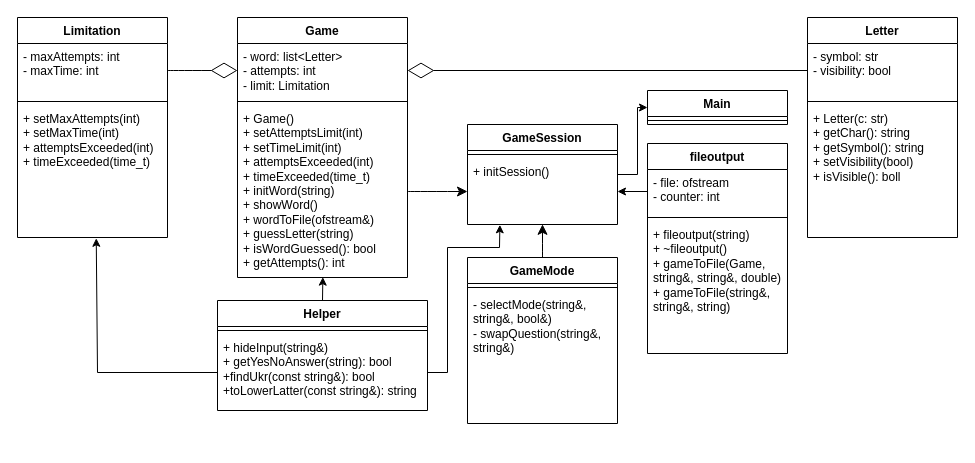
The draw.io diagram додатково/class diagram.drawio.xml in KharchenkoYaroslav/Kursova, before the edit. Source tidied: cells renumbered, new cells numbered last; positions are measured from the earlier drawing's top-left corner, leaving out a move shared by most shapes. Both pictures are drawn from the tidied source at 100%, with x=0, y=0 at pixel (17, 17).
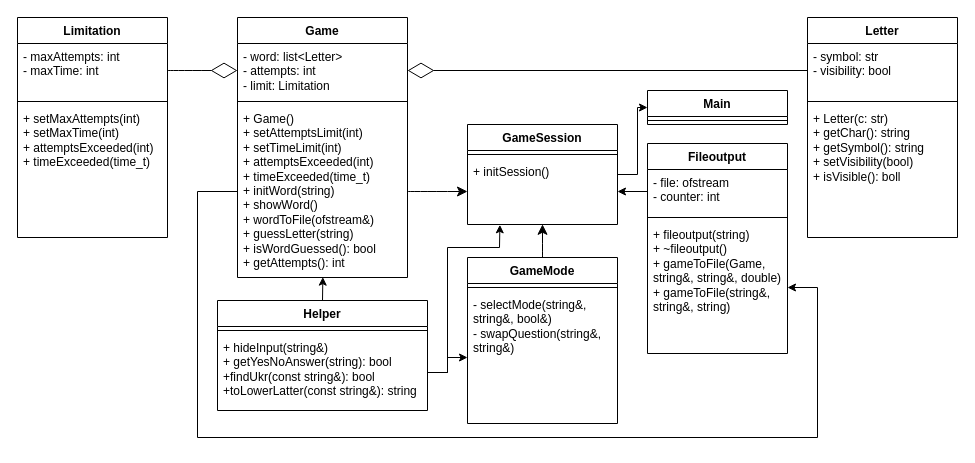
Above is the later version.

The change refers to these unchanged cells:
```xml
<mxCell id="9" value="+ Game()&amp;nbsp; &amp;nbsp; &amp;nbsp; &amp;nbsp; &amp;nbsp;&lt;div&gt;+ setAttemptsLimit(int)&lt;/div&gt;&lt;div&gt;+ setTimeLimit(int)&amp;nbsp;&lt;/div&gt;&lt;div&gt;+ attemptsExceeded(int)&lt;/div&gt;&lt;div&gt;+ timeExceeded(time_t)&lt;/div&gt;&lt;div&gt;+ initWord(string)&lt;/div&gt;&lt;div&gt;+ showWord()&amp;nbsp; &amp;nbsp; &amp;nbsp;&amp;nbsp;&lt;/div&gt;&lt;div&gt;+ wordToFile(ofstream&amp;amp;)&lt;/div&gt;&lt;div&gt;+ guessLetter(string)&lt;/div&gt;&lt;div&gt;+ isWordGuessed(): bool&lt;/div&gt;&lt;div&gt;+ getAttempts(): int&lt;/div&gt;" style="text;strokeColor=none;fillColor=none;align=left;verticalAlign=top;spacingLeft=4;spacingRight=4;overflow=hidden;points=[[0,0.5],[1,0.5]];portConstraint=eastwest;whiteSpace=wrap;html=1;" parent="6" vertex="1">
  <mxGeometry y="88" width="170" height="172" as="geometry" />
</mxCell>
<mxCell id="12" value="&lt;div&gt;+ hideInput(string&amp;amp;)&amp;nbsp;&lt;/div&gt;&lt;div&gt;+ getYesNoAnswer(string): bool&amp;nbsp;&lt;/div&gt;&lt;div&gt;+findUkr(const string&amp;amp;): bool&lt;br&gt;+toLowerLatter(const string&amp;amp;): string&lt;/div&gt;" style="text;strokeColor=none;fillColor=none;align=left;verticalAlign=top;spacingLeft=4;spacingRight=4;overflow=hidden;points=[[0,0.5],[1,0.5]];portConstraint=eastwest;whiteSpace=wrap;html=1;" parent="10" vertex="1">
  <mxGeometry y="34" width="210" height="76" as="geometry" />
</mxCell>
<mxCell id="17" value="+ fileoutput(string)&lt;div&gt;+ ~fileoutput()&amp;nbsp;&amp;nbsp;&lt;/div&gt;&lt;div&gt;+ gameToFile(Game, string&amp;amp;, string&amp;amp;, double)&lt;/div&gt;&lt;div&gt;+ gameToFile(string&amp;amp;, string&amp;amp;, string)&lt;/div&gt;" style="text;strokeColor=none;fillColor=none;align=left;verticalAlign=top;spacingLeft=4;spacingRight=4;overflow=hidden;points=[[0,0.5],[1,0.5]];portConstraint=eastwest;whiteSpace=wrap;html=1;" parent="14" vertex="1">
  <mxGeometry y="78" width="140" height="132" as="geometry" />
</mxCell>
<mxCell id="20" value="- selectMode(string&amp;amp;, string&amp;amp;, bool&amp;amp;)&lt;div&gt;- swapQuestion(string&amp;amp;, string&amp;amp;)&amp;nbsp; &amp;nbsp;&amp;nbsp;&lt;/div&gt;" style="text;strokeColor=none;fillColor=none;align=left;verticalAlign=top;spacingLeft=4;spacingRight=4;overflow=hidden;points=[[0,0.5],[1,0.5]];portConstraint=eastwest;whiteSpace=wrap;html=1;" parent="18" vertex="1">
  <mxGeometry y="34" width="150" height="132" as="geometry" />
</mxCell>
<mxCell id="24" value="+ setMaxAttempts(int)&lt;div&gt;+ setMaxTime(int)&amp;nbsp; &amp;nbsp;&lt;/div&gt;&lt;div&gt;+ attemptsExceeded(int)&lt;/div&gt;&lt;div&gt;+ timeExceeded(time_t)&lt;/div&gt;" style="text;strokeColor=none;fillColor=none;align=left;verticalAlign=top;spacingLeft=4;spacingRight=4;overflow=hidden;points=[[0,0.5],[1,0.5]];portConstraint=eastwest;whiteSpace=wrap;html=1;" parent="21" vertex="1">
  <mxGeometry y="88" width="150" height="132" as="geometry" />
</mxCell>
```

Diff of the diagram source:
```diff
@@
-    <mxCell id="14" value="fileoutput" style="swimlane;fontStyle=1;align=center;verticalAlign=top;horizontal=1;startSize=26;whiteSpace=wrap;html=1;" parent="1" vertex="1">
+    <mxCell id="14" value="Fileoutput" style="swimlane;fontStyle=1;align=center;verticalAlign=top;horizontal=1;startSize=26;whiteSpace=wrap;html=1;" parent="1" vertex="1">
       <mxGeometry x="630" y="126" width="140" height="210" as="geometry" />
     </mxCell>
@@
-    <mxCell id="32" style="endArrow=classic;html=1;rounded=0;entryX=0.525;entryY=1.006;entryDx=0;entryDy=0;entryPerimeter=0;exitX=0;exitY=0.5;exitDx=0;exitDy=0;" parent="1" edge="1" source="12" target="24">
-      <mxGeometry relative="1" as="geometry">
-        <Array as="points">
-          <mxPoint x="80" y="355" />
-        </Array>
-      </mxGeometry>
-    </mxCell>
@@
+    <mxCell id="38" style="endArrow=classic;html=1;rounded=0;exitX=0;exitY=0.5;exitDx=0;exitDy=0;entryX=1;entryY=0.5;entryDx=0;entryDy=0;" parent="1" edge="1" source="9" target="17">
+      <mxGeometry relative="1" as="geometry">
+        <Array as="points">
+          <mxPoint x="180" y="174" />
+          <mxPoint x="180" y="420" />
+          <mxPoint x="800" y="420" />
+          <mxPoint x="800" y="270" />
+        </Array>
+      </mxGeometry>
+    </mxCell>
+    <mxCell id="39" style="endArrow=classic;html=1;rounded=0;exitX=1;exitY=0.5;exitDx=0;exitDy=0;entryX=0;entryY=0.5;entryDx=0;entryDy=0;" parent="1" edge="1" source="12" target="20">
+      <mxGeometry relative="1" as="geometry">
+        <Array as="points">
+          <mxPoint x="430" y="355" />
+          <mxPoint x="430" y="340" />
+        </Array>
+      </mxGeometry>
+    </mxCell>
```
